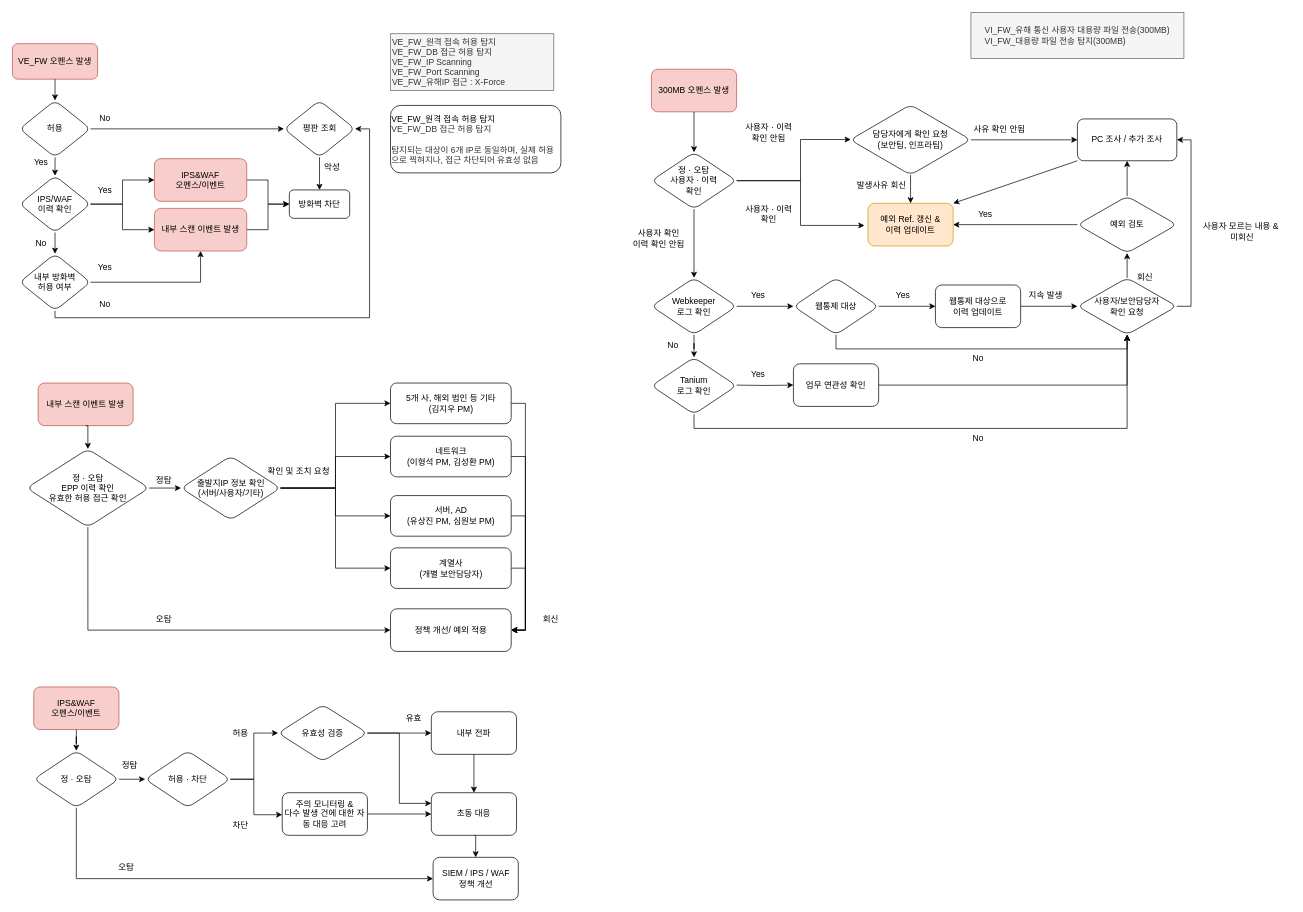
Above: Test.drawio in mangjong/Working (draw.io), before the change. Source tidied: cells renumbered, new cells numbered last; positions are measured from the earlier drawing's top-left corner, leaving out a move shared by most shapes. Both pictures are drawn from the tidied source at 71%, with x=0, y=0 at pixel (12, 12).
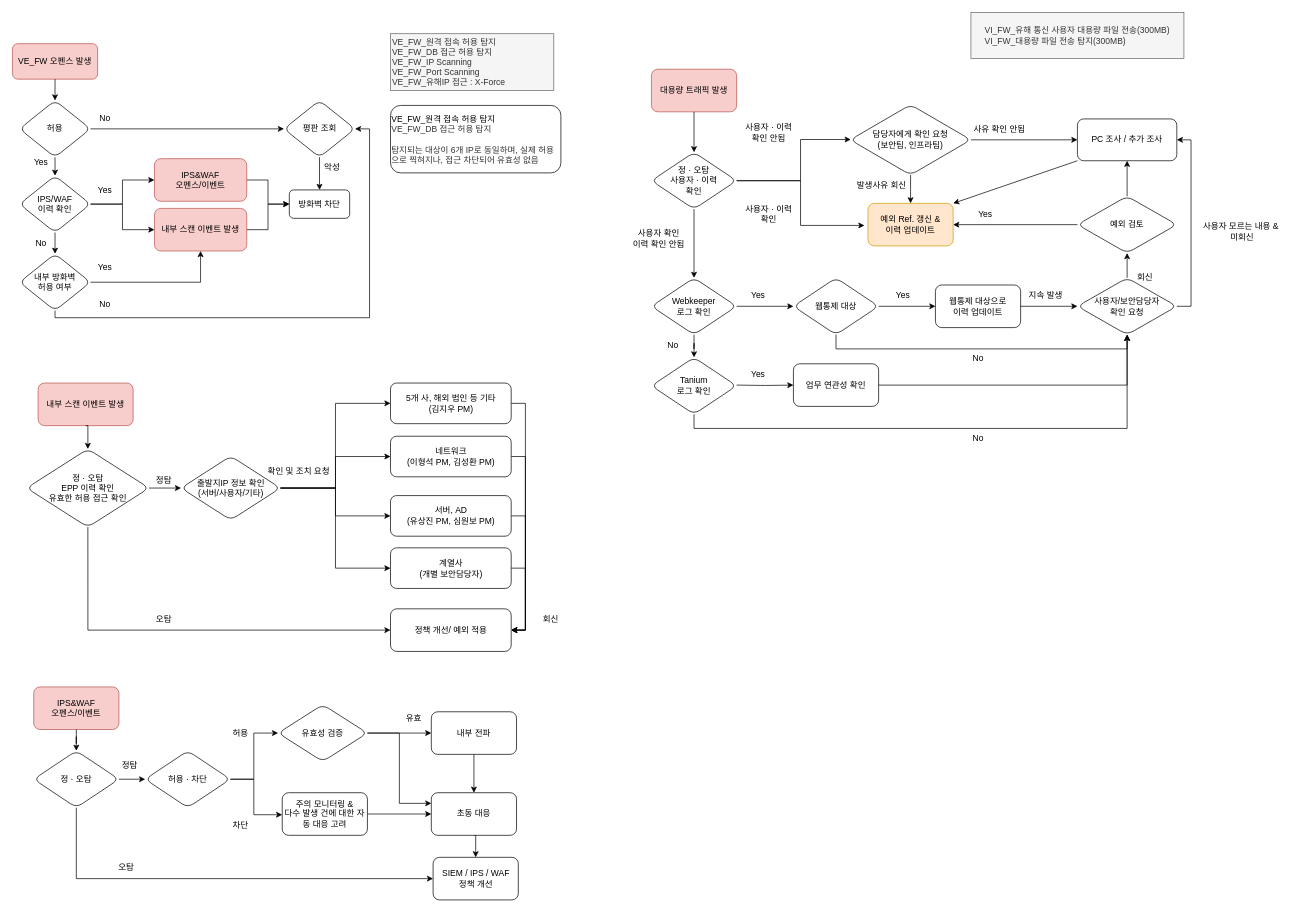
The same page after the edit.

The change refers to these unchanged cells:
```xml
<mxCell id="55" style="group;" parent="1" vertex="1">
  <mxGeometry x="860" y="80" width="940" height="534.9" as="geometry" />
</mxCell>
```

Change to the diagram source:
```diff
@@
-    <mxCell id="57" value="300MB 오펜스 발생" style="rounded=1;whiteSpace=wrap;html=1;fillColor=#f8cecc;strokeColor=#b85450;" parent="55" vertex="1">
+    <mxCell id="57" value="대용량 트래픽 발생" style="rounded=1;whiteSpace=wrap;html=1;fillColor=#f8cecc;strokeColor=#b85450;" parent="55" vertex="1">
       <mxGeometry x="40" width="120" height="60" as="geometry" />
     </mxCell>
```
